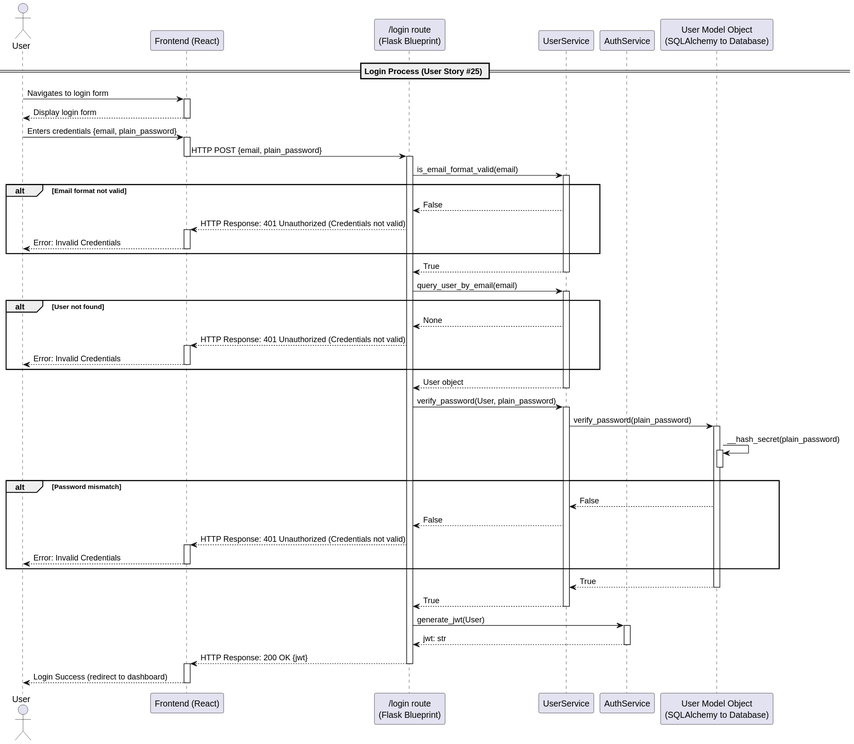
This is docs/diagrams/uml/sequence/login-0.svg from dominikoetiker/TheMentalLoadHub, a PlantUML export, as it was before one commit.
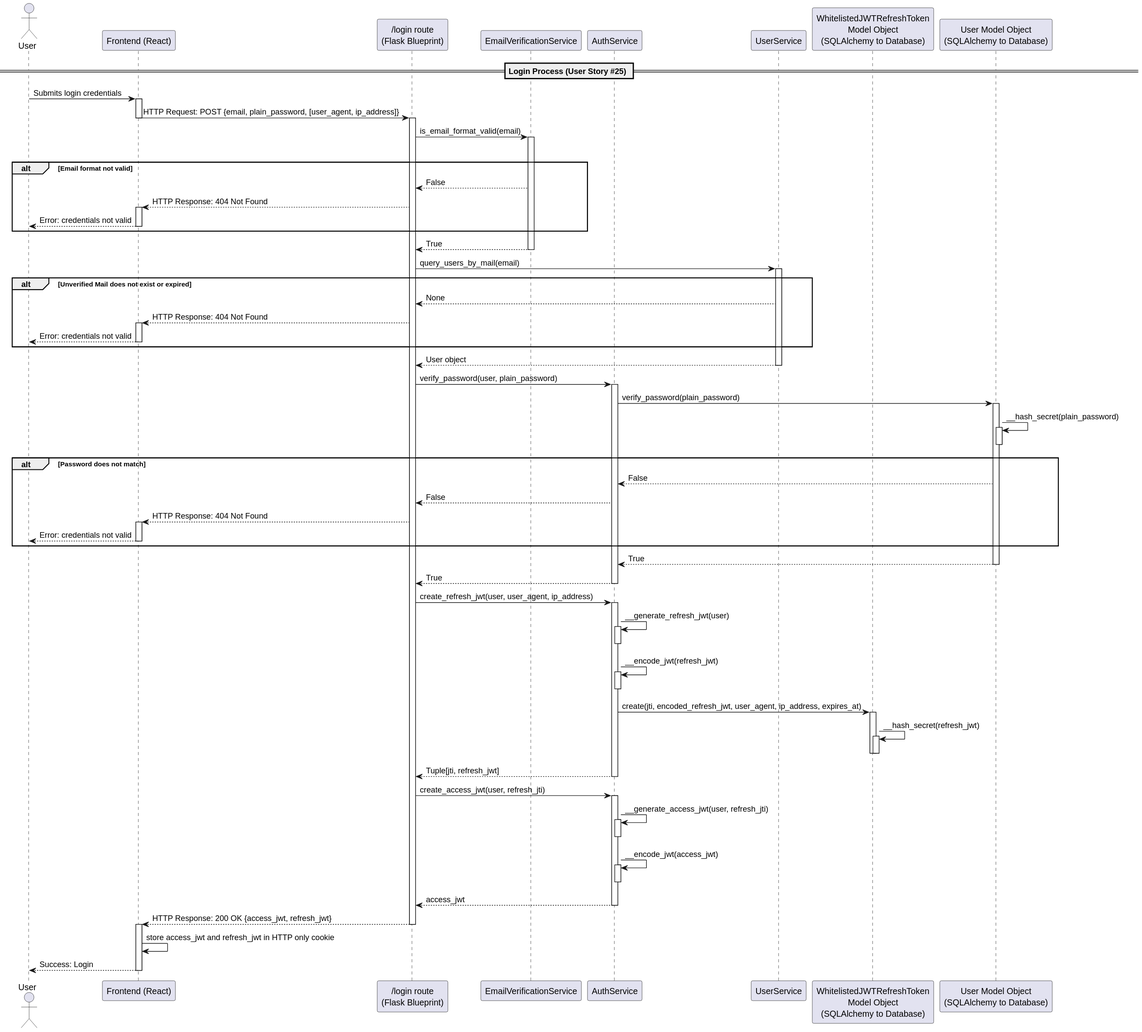
Above is the later version.

Commit message:
Refactor login sequence to enhance JWT handling and validation.

Updated the UML diagrams to reflect changes in the login flow, including improved email verification, password checks, and JWT generation. Introduced refresh token creation with additional parameters for better security and updated interactions across services. These changes align with the refined authentication logic.

Diff of the diagram source:
```diff
@@ -2,70 +2,90 @@
 actor "User" as AppUser
 participant "Frontend (React)" as FE
 participant "/login route\n(Flask Blueprint)" as LR
+participant "EmailVerificationService" as ES
+participant "AuthService" as AS
 participant "UserService" as US
-participant "AuthService" as AS
+participant "WhitelistedJWTRefreshToken\nModel Object\n(SQLAlchemy to Database)" as WM
 participant "User Model Object\n(SQLAlchemy to Database)" as UM
 
 == Login Process (User Story #25) ==
-AppUser -> FE : Navigates to login form
+AppUser -> FE: Submits login credentials
 activate FE
-AppUser <-- FE : Display login form
-deactivate FE
-AppUser -> FE : Enters credentials {email, plain_password}
-activate FE
-FE -> LR : HTTP POST {email, plain_password}
+FE -> LR : HTTP Request: POST {email, plain_password, [user_agent, ip_address]}
 deactivate FE
 activate LR
-LR -> US : is_email_format_valid(email)
-activate US
+LR -> ES : is_email_format_valid(email)
+activate ES
+alt
 alt Email format not valid
-    LR <-- US : False
-    FE <-- LR : HTTP Response: 401 Unauthorized (Credentials not valid)
+    LR <-- ES : False
+    FE <-- LR : HTTP Response: 404 Not Found
     activate FE
-    AppUser <-- FE : Error: Invalid Credentials
+    AppUser <-- FE : Error: credentials not valid
     deactivate FE
 end
-LR <-- US : True
-deactivate US
-LR -> US : query_user_by_email(email)
+LR <-- ES : True
+deactivate ES
+LR -> US : query_users_by_mail(email)
 activate US
-alt User not found
+alt Unverified Mail does not exist or expired
     LR <-- US : None
-    FE <-- LR : HTTP Response: 401 Unauthorized (Credentials not valid)
+    FE <-- LR : HTTP Response: 404 Not Found
     activate FE
-    AppUser <-- FE : Error: Invalid Credentials
+    AppUser <-- FE : Error: credentials not valid
     deactivate FE
 end
 LR <-- US : User object
 deactivate US
-
-LR -> US : verify_password(User, plain_password)
-activate US
-US -> UM : verify_password(plain_password)
+LR -> AS : verify_password(user, plain_password)
+activate AS
+AS -> UM : verify_password(plain_password)
 activate UM
 UM -> UM : __hash_secret(plain_password)
 activate UM
 deactivate UM
-alt Password mismatch
-    US <-- UM : False
-    LR <-- US : False
-    FE <-- LR : HTTP Response: 401 Unauthorized (Credentials not valid)
+alt Password does not match
+    AS <-- UM : False
+    LR <-- AS : False
+    FE <-- LR : HTTP Response: 404 Not Found
     activate FE
-    AppUser <-- FE : Error: Invalid Credentials
+    AppUser <-- FE : Error: credentials not valid
     deactivate FE
 end
-US <-- UM : True
+AS <-- UM : True
 deactivate UM
-LR <-- US : True
-deactivate US
-
-LR -> AS : generate_jwt(User)
+LR <-- AS : True
+deactivate AS
+LR -> AS : create_refresh_jwt(user, user_agent, ip_address)
 activate AS
-LR <-- AS : jwt: str
+AS -> AS : __generate_refresh_jwt(user)
+activate AS
 deactivate AS
-FE <-- LR : HTTP Response: 200 OK {jwt}
+AS -> AS : __encode_jwt(refresh_jwt)
+activate AS
+deactivate AS
+AS -> WM : create(jti, encoded_refresh_jwt, user_agent, ip_address, expires_at)
+activate WM
+WM -> WM : __hash_secret(refresh_jwt)
+activate WM
+deactivate WM
+deactivate WM
+LR <-- AS : Tuple[jti, refresh_jwt]
+deactivate AS
+LR -> AS : create_access_jwt(user, refresh_jti)
+activate AS
+AS -> AS : __generate_access_jwt(user, refresh_jti)
+activate AS
+deactivate AS
+AS -> AS : __encode_jwt(access_jwt)
+activate AS
+deactivate AS
+LR <-- AS : access_jwt
+deactivate AS
+FE <-- LR : HTTP Response: 200 OK {access_jwt, refresh_jwt}
 deactivate LR
 activate FE
-AppUser <-- FE : Login Success (redirect to dashboard)
+FE -> FE : store access_jwt and refresh_jwt in HTTP only cookie
+AppUser <-- FE : Success: Login
 deactivate FE
 @enduml
```
